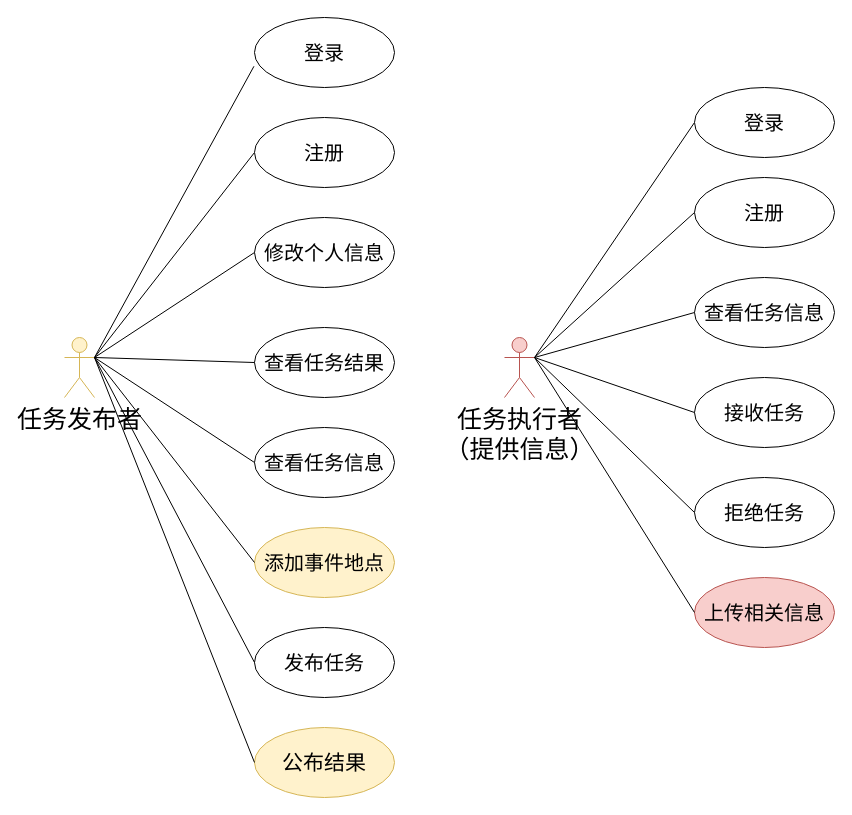
Above: 用例.drawio in SSSSiren/Photos (draw.io), before the change. Source tidied: cells renumbered, new cells numbered last; positions are measured from the earlier drawing's top-left corner, leaving out a move shared by most shapes. Both pictures are drawn from the tidied source at 100%, with x=0, y=0 at pixel (64, 17).
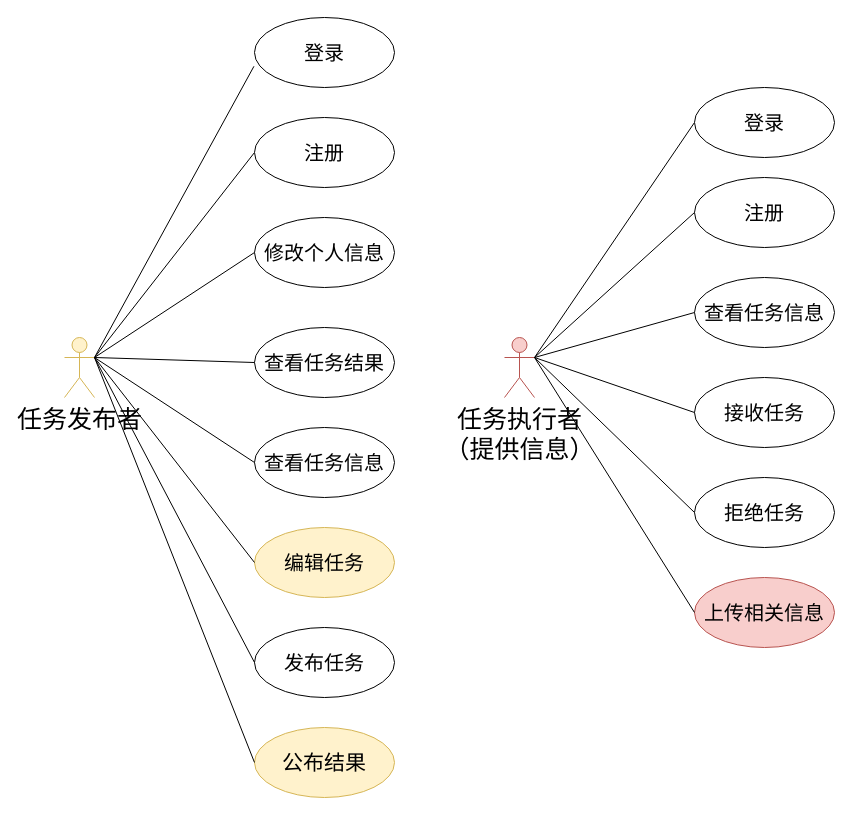
After the change.

Diff of the diagram source:
```diff
@@
-    <mxCell id="19" value="添加事件地点" style="ellipse;whiteSpace=wrap;html=1;fillColor=#fff2cc;strokeColor=#d6b656;fontSize=20;" parent="1" vertex="1">
+    <mxCell id="19" value="编辑任务" style="ellipse;whiteSpace=wrap;html=1;fillColor=#fff2cc;strokeColor=#d6b656;fontSize=20;" parent="1" vertex="1">
       <mxGeometry x="190" y="510" width="140" height="70" as="geometry" />
     </mxCell>
```
